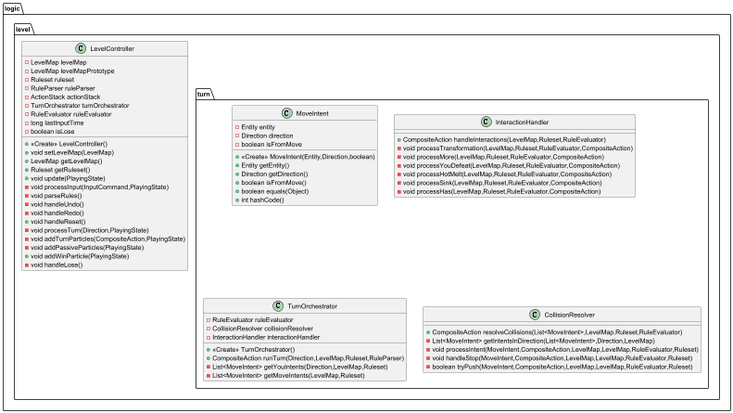
Above: src/main/resources/UML/logic/logic_levelUML.png in Bookdodo5/baba-extend-you (PlantUML), before the change. Source of this version:
```plantuml
@startuml
class logic.level.turn.MoveIntent {
- Entity entity
- Direction direction
- boolean isFromMove
+ <<Create>> MoveIntent(Entity,Direction,boolean)
+ Entity getEntity()
+ Direction getDirection()
+ boolean isFromMove()
+ boolean equals(Object)
+ int hashCode()
}


class logic.level.LevelController {
- LevelMap levelMap
- LevelMap levelMapPrototype
- Ruleset ruleset
- RuleParser ruleParser
- ActionStack actionStack
- TurnOrchestrator turnOrchestrator
- RuleEvaluator ruleEvaluator
- long lastInputTime
- boolean isLose
+ <<Create>> LevelController()
+ void setLevelMap(LevelMap)
+ LevelMap getLevelMap()
+ Ruleset getRuleset()
+ void update(PlayingState)
- void processInput(InputCommand,PlayingState)
- void parseRules()
- void handleUndo()
- void handleRedo()
+ void handleReset()
- void processTurn(Direction,PlayingState)
- void addTurnParticles(CompositeAction,PlayingState)
- void addPassiveParticles(PlayingState)
+ void addWinParticle(PlayingState)
- void handleLose()
}


class logic.level.turn.InteractionHandler {
+ CompositeAction handleInteractions(LevelMap,Ruleset,RuleEvaluator)
- void processTransformation(LevelMap,Ruleset,RuleEvaluator,CompositeAction)
- void processMore(LevelMap,Ruleset,RuleEvaluator,CompositeAction)
- void processYouDefeat(LevelMap,Ruleset,RuleEvaluator,CompositeAction)
- void processHotMelt(LevelMap,Ruleset,RuleEvaluator,CompositeAction)
- void processSink(LevelMap,Ruleset,RuleEvaluator,CompositeAction)
- void processHas(LevelMap,Ruleset,RuleEvaluator,CompositeAction)
}

class logic.level.turn.TurnOrchestrator {
- RuleEvaluator ruleEvaluator
- CollisionResolver collisionResolver
- InteractionHandler interactionHandler
+ <<Create>> TurnOrchestrator()
+ CompositeAction runTurn(Direction,LevelMap,Ruleset,RuleParser)
- List<MoveIntent> getYouIntents(Direction,LevelMap,Ruleset)
- List<MoveIntent> getMoveIntents(LevelMap,Ruleset)
}


class logic.level.turn.CollisionResolver {
+ CompositeAction resolveCollisions(List<MoveIntent>,LevelMap,Ruleset,RuleEvaluator)
- List<MoveIntent> getIntentsInDirection(List<MoveIntent>,Direction,LevelMap)
- void processIntent(MoveIntent,CompositeAction,LevelMap,LevelMap,RuleEvaluator,Ruleset)
- void handleStop(MoveIntent,CompositeAction,LevelMap,LevelMap,RuleEvaluator,Ruleset)
- boolean tryPush(MoveIntent,CompositeAction,LevelMap,LevelMap,RuleEvaluator,Ruleset)
}

@enduml
```
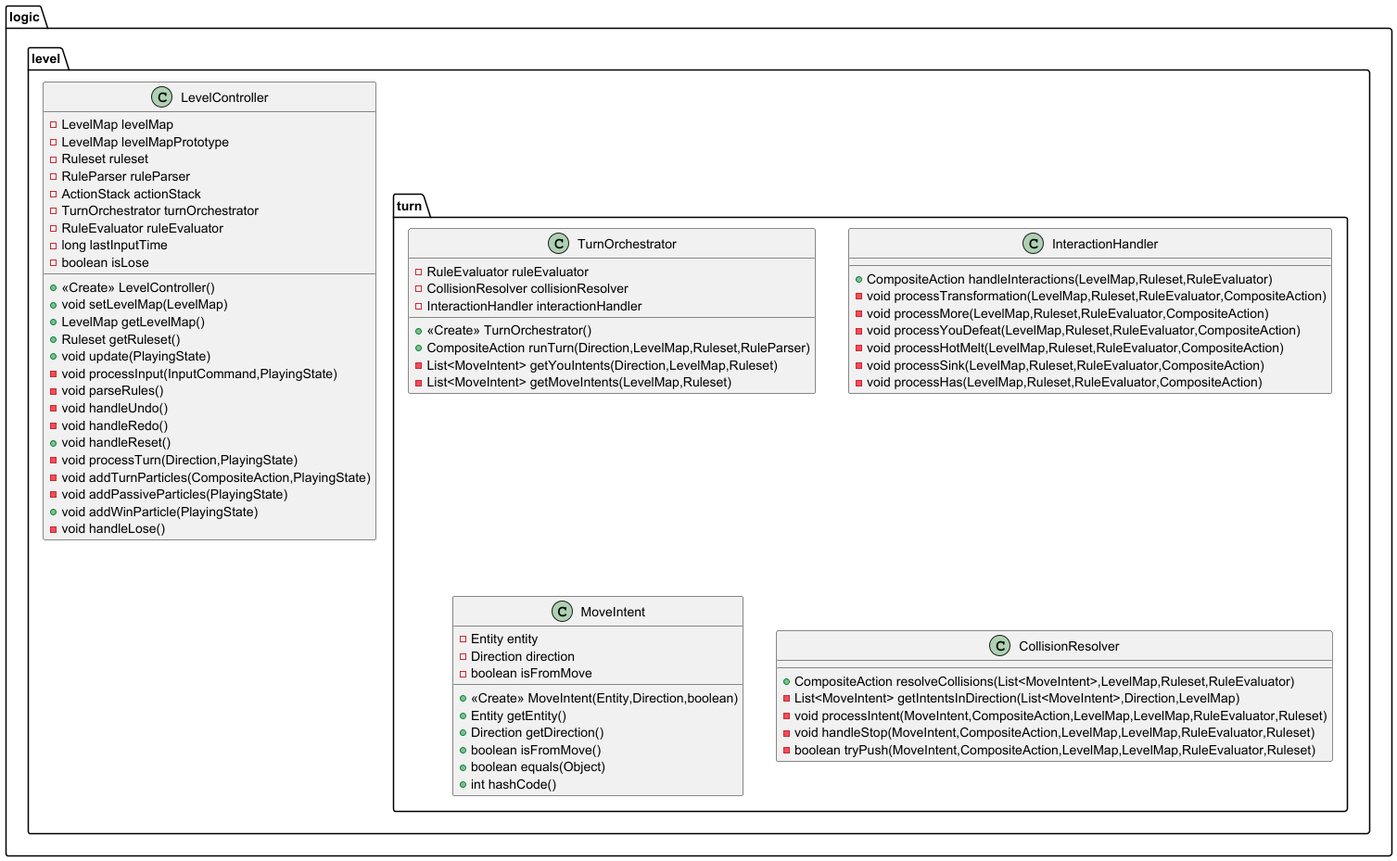
The same file after the commit.

Commit message:
Fix: fix UML blur

Diff of the diagram source:
```diff
@@ -1,14 +1,12 @@
 @startuml
-class logic.level.turn.MoveIntent {
-- Entity entity
-- Direction direction
-- boolean isFromMove
-+ <<Create>> MoveIntent(Entity,Direction,boolean)
-+ Entity getEntity()
-+ Direction getDirection()
-+ boolean isFromMove()
-+ boolean equals(Object)
-+ int hashCode()
+class logic.level.turn.TurnOrchestrator {
+- RuleEvaluator ruleEvaluator
+- CollisionResolver collisionResolver
+- InteractionHandler interactionHandler
++ <<Create>> TurnOrchestrator()
++ CompositeAction runTurn(Direction,LevelMap,Ruleset,RuleParser)
+- List<MoveIntent> getYouIntents(Direction,LevelMap,Ruleset)
+- List<MoveIntent> getMoveIntents(LevelMap,Ruleset)
 }
 
 
@@ -50,14 +48,16 @@
 - void processHas(LevelMap,Ruleset,RuleEvaluator,CompositeAction)
 }
 
-class logic.level.turn.TurnOrchestrator {
-- RuleEvaluator ruleEvaluator
-- CollisionResolver collisionResolver
-- InteractionHandler interactionHandler
-+ <<Create>> TurnOrchestrator()
-+ CompositeAction runTurn(Direction,LevelMap,Ruleset,RuleParser)
-- List<MoveIntent> getYouIntents(Direction,LevelMap,Ruleset)
-- List<MoveIntent> getMoveIntents(LevelMap,Ruleset)
+class logic.level.turn.MoveIntent {
+- Entity entity
+- Direction direction
+- boolean isFromMove
++ <<Create>> MoveIntent(Entity,Direction,boolean)
++ Entity getEntity()
++ Direction getDirection()
++ boolean isFromMove()
++ boolean equals(Object)
++ int hashCode()
 }
 
 
```
